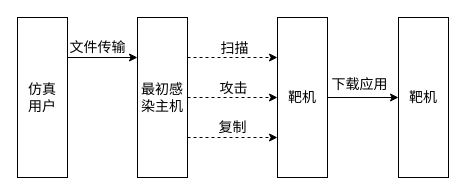
Before: page "Page-2" (2 of 2) of 时间自动机.drawio in Icarus1994/neutron_conf, a draw.io diagram. Source tidied: cells renumbered, new cells numbered last; positions are measured from the earlier drawing's top-left corner, leaving out a move shared by most shapes. Both pictures are drawn from the tidied source at 100%, with x=0, y=0 at pixel (17, 17).
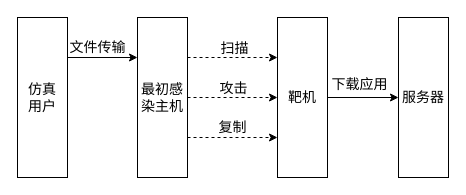
After the change.

Commit message:
Update 时间自动机.drawio

Change to the diagram source:
```diff
@@
 <mxGraphModel>
   <root>
     <mxCell id="0" />
     <mxCell id="1" parent="0" />
     <mxCell id="2" value="&lt;font style=&quot;font-size: 14px&quot;&gt;文件传输&lt;/font&gt;" style="edgeStyle=orthogonalEdgeStyle;rounded=0;jettySize=auto;html=1;exitX=1;exitY=0.25;exitDx=0;exitDy=0;entryX=0;entryY=0.25;entryDx=0;entryDy=0;" parent="1" edge="1" source="3" target="9">
       <mxGeometry x="-0.14" y="10" relative="1" as="geometry" />
     </mxCell>
     <mxCell id="3" value="&lt;font style=&quot;font-size: 14px&quot;&gt;仿真&lt;br&gt;用户&lt;/font&gt;" style="rounded=0;whiteSpace=wrap;html=1;" parent="1" vertex="1">
       <mxGeometry width="50" height="160" as="geometry" />
     </mxCell>
     <mxCell id="4" style="edgeStyle=orthogonalEdgeStyle;rounded=0;jettySize=auto;html=1;exitX=1;exitY=0.25;exitDx=0;exitDy=0;entryX=0;entryY=0.25;entryDx=0;entryDy=0;dashed=1;" parent="1" edge="1" source="9" target="12">
       <mxGeometry relative="1" as="geometry" />
     </mxCell>
     <mxCell id="5" value="&lt;font style=&quot;font-size: 14px&quot;&gt;扫描&lt;/font&gt;" style="text;html=1;align=center;verticalAlign=middle;labelBackgroundColor=#ffffff;" parent="4" vertex="1">
       <mxGeometry x="0.02" y="1" relative="1" as="geometry">
         <mxPoint y="-9" as="offset" />
       </mxGeometry>
     </mxCell>
     <mxCell id="6" style="edgeStyle=orthogonalEdgeStyle;rounded=0;jettySize=auto;html=1;exitX=1;exitY=0.5;exitDx=0;exitDy=0;entryX=0;entryY=0.5;entryDx=0;entryDy=0;dashed=1;" parent="1" edge="1" source="9" target="12">
       <mxGeometry relative="1" as="geometry" />
     </mxCell>
     <mxCell id="7" value="&lt;font style=&quot;font-size: 14px&quot;&gt;攻击&lt;/font&gt;" style="text;html=1;align=center;verticalAlign=middle;labelBackgroundColor=#ffffff;" parent="6" vertex="1">
       <mxGeometry relative="1" as="geometry">
         <mxPoint y="-10" as="offset" />
       </mxGeometry>
     </mxCell>
     <mxCell id="8" value="&lt;font style=&quot;font-size: 14px&quot;&gt;复制&lt;/font&gt;" style="edgeStyle=orthogonalEdgeStyle;rounded=0;jettySize=auto;html=1;exitX=1;exitY=0.75;exitDx=0;exitDy=0;entryX=0;entryY=0.75;entryDx=0;entryDy=0;dashed=1;" parent="1" edge="1" source="9" target="12">
       <mxGeometry y="10" relative="1" as="geometry" />
     </mxCell>
     <mxCell id="9" value="&lt;font style=&quot;font-size: 14px&quot;&gt;最初感染主机&lt;/font&gt;" style="rounded=0;whiteSpace=wrap;html=1;" parent="1" vertex="1">
       <mxGeometry x="120" width="50" height="160" as="geometry" />
     </mxCell>
     <mxCell id="10" style="edgeStyle=orthogonalEdgeStyle;rounded=0;jettySize=auto;html=1;exitX=1;exitY=0.5;exitDx=0;exitDy=0;entryX=0;entryY=0.5;entryDx=0;entryDy=0;" parent="1" edge="1" source="12" target="13">
       <mxGeometry relative="1" as="geometry" />
     </mxCell>
     <mxCell id="11" value="&lt;font style=&quot;font-size: 14px&quot;&gt;下载应用&lt;/font&gt;" style="text;html=1;align=center;verticalAlign=middle;labelBackgroundColor=#ffffff;" parent="10" vertex="1">
       <mxGeometry x="-0.02" y="2" relative="1" as="geometry">
         <mxPoint x="-4" y="-12" as="offset" />
       </mxGeometry>
     </mxCell>
     <mxCell id="12" value="&lt;font style=&quot;font-size: 14px&quot;&gt;靶机&lt;/font&gt;" style="rounded=0;whiteSpace=wrap;html=1;" parent="1" vertex="1">
       <mxGeometry x="260" width="50" height="160" as="geometry" />
     </mxCell>
-    <mxCell id="13" value="&lt;font style=&quot;font-size: 14px&quot;&gt;靶机&lt;/font&gt;" style="rounded=0;whiteSpace=wrap;html=1;" parent="1" vertex="1">
+    <mxCell id="13" value="&lt;font style=&quot;font-size: 14px&quot;&gt;服务器&lt;/font&gt;" style="rounded=0;whiteSpace=wrap;html=1;" parent="1" vertex="1">
       <mxGeometry x="381" width="50" height="160" as="geometry" />
     </mxCell>
   </root>
 </mxGraphModel>
```
